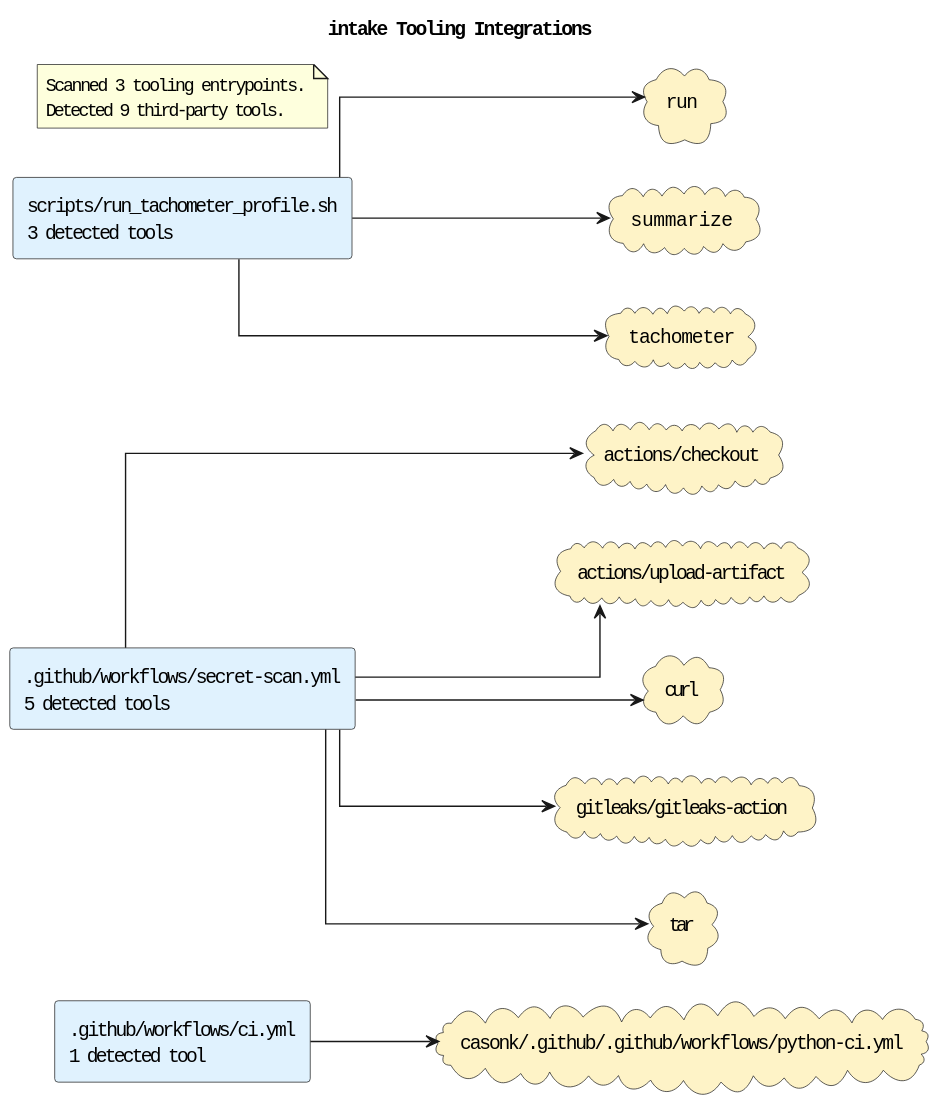
The PlantUML diagram docs/diagrams/tooling-integrations.puml.svg in casonk/intake, before a commit.
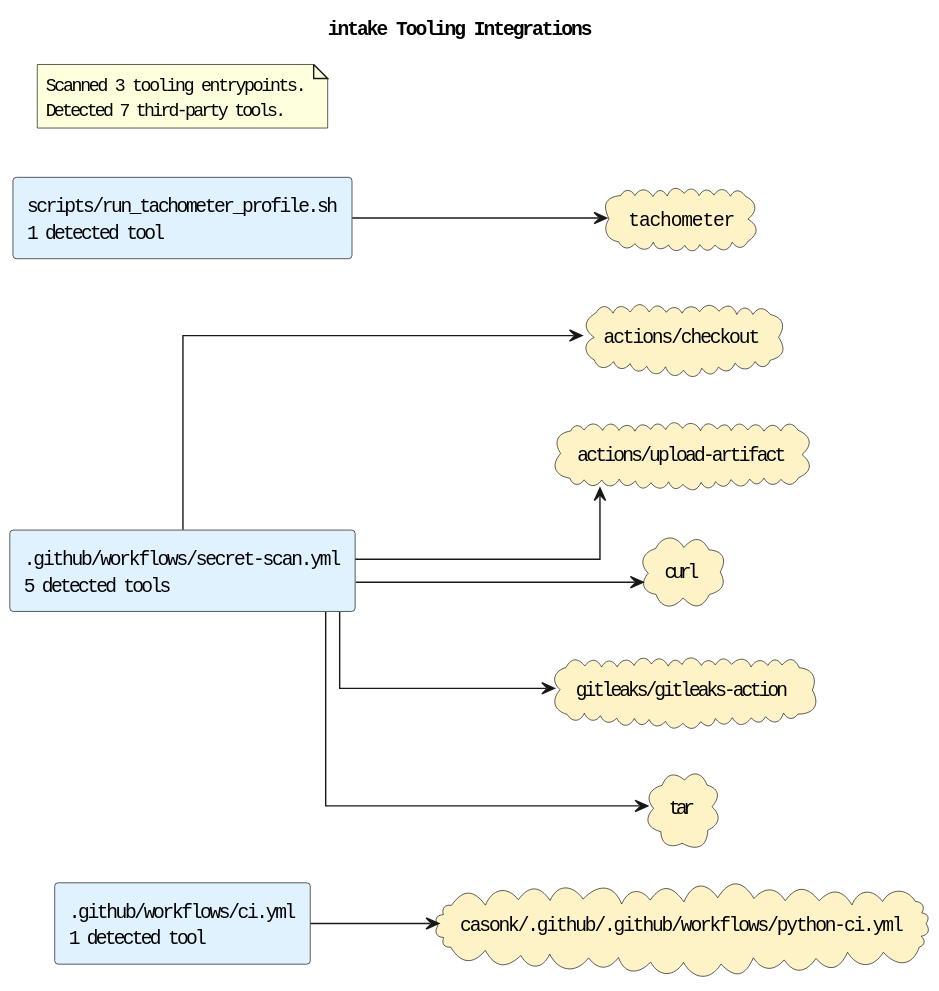
After the change.

Diff of the diagram source:
```diff
@@ -7,14 +7,12 @@
 skinparam linetype ortho
 rectangle ".github/workflows/ci.yml\n1 detected tool" as source_github_workflows_ci_yml #E0F2FE
 rectangle ".github/workflows/secret-scan.yml\n5 detected tools" as source_github_workflows_secret_scan_yml #E0F2FE
-rectangle "scripts/run_tachometer_profile.sh\n3 detected tools" as source_scripts_run_tachometer_profile_sh #E0F2FE
+rectangle "scripts/run_tachometer_profile.sh\n1 detected tool" as source_scripts_run_tachometer_profile_sh #E0F2FE
 cloud "actions/checkout" as tool_actions_checkout #FEF3C7
 cloud "actions/upload-artifact" as tool_actions_upload_artifact #FEF3C7
 cloud "casonk/.github/.github/workflows/python-ci.yml" as tool_casonk_github_github_workflows_python_ci_yml #FEF3C7
 cloud "curl" as tool_curl #FEF3C7
 cloud "gitleaks/gitleaks-action" as tool_gitleaks_gitleaks_action #FEF3C7
-cloud "run" as tool_run #FEF3C7
-cloud "summarize" as tool_summarize #FEF3C7
 cloud "tachometer" as tool_tachometer #FEF3C7
 cloud "tar" as tool_tar #FEF3C7
 source_github_workflows_ci_yml --> tool_casonk_github_github_workflows_python_ci_yml
@@ -23,11 +21,9 @@
 source_github_workflows_secret_scan_yml --> tool_curl
 source_github_workflows_secret_scan_yml --> tool_gitleaks_gitleaks_action
 source_github_workflows_secret_scan_yml --> tool_tar
-source_scripts_run_tachometer_profile_sh --> tool_run
-source_scripts_run_tachometer_profile_sh --> tool_summarize
 source_scripts_run_tachometer_profile_sh --> tool_tachometer
 note as toolingGraphSummary
 Scanned 3 tooling entrypoints.
-Detected 9 third-party tools.
+Detected 7 third-party tools.
 end note
 @enduml
```
